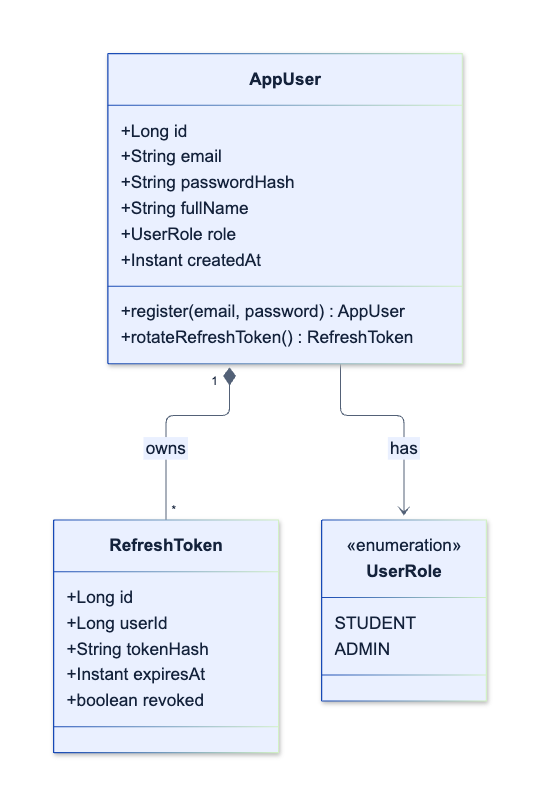
Earlier version of the Mermaid export assets/diagrams/tactical/08-identity-access-classes.png (upc-pre-202620-si728-16365-thropic/talki-project-report). Its source is kept beside it as assets/diagrams/tactical/08-identity-access-classes.mmd. Source of this version:
```mermaid
classDiagram
    class AppUser {
        +Long id
        +String email
        +String passwordHash
        +String fullName
        +UserRole role
        +Instant createdAt
        +register(email, password) AppUser
        +rotateRefreshToken() RefreshToken
    }
    class UserRole {
        <<enumeration>>
        STUDENT
        ADMIN
    }
    class RefreshToken {
        +Long id
        +Long userId
        +String tokenHash
        +Instant expiresAt
        +boolean revoked
    }
    AppUser "1" *-- "*" RefreshToken : owns
    AppUser --> UserRole : has
```
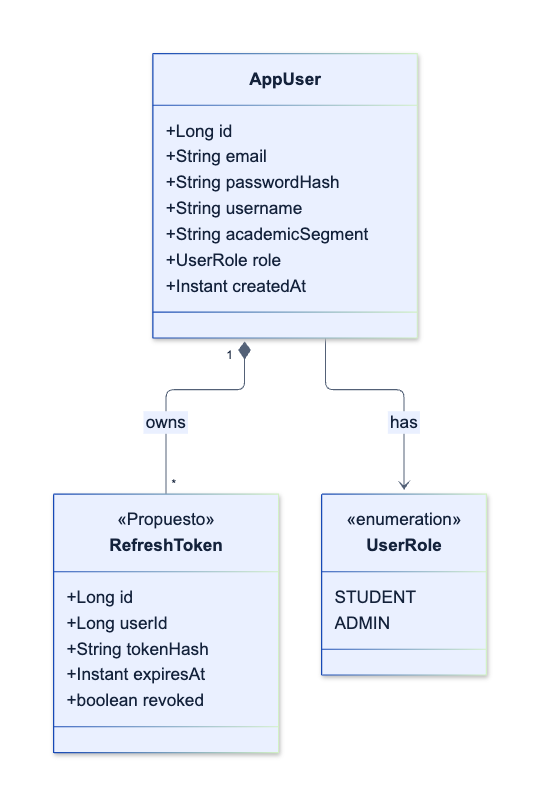
After the commit.

Diff of the diagram source:
```diff
@@ -3,11 +3,10 @@
         +Long id
         +String email
         +String passwordHash
-        +String fullName
+        +String username
+        +String academicSegment
         +UserRole role
         +Instant createdAt
-        +register(email, password) AppUser
-        +rotateRefreshToken() RefreshToken
     }
     class UserRole {
         <<enumeration>>
@@ -15,6 +14,7 @@
         ADMIN
     }
     class RefreshToken {
+        <<Propuesto>>
         +Long id
         +Long userId
         +String tokenHash
```
